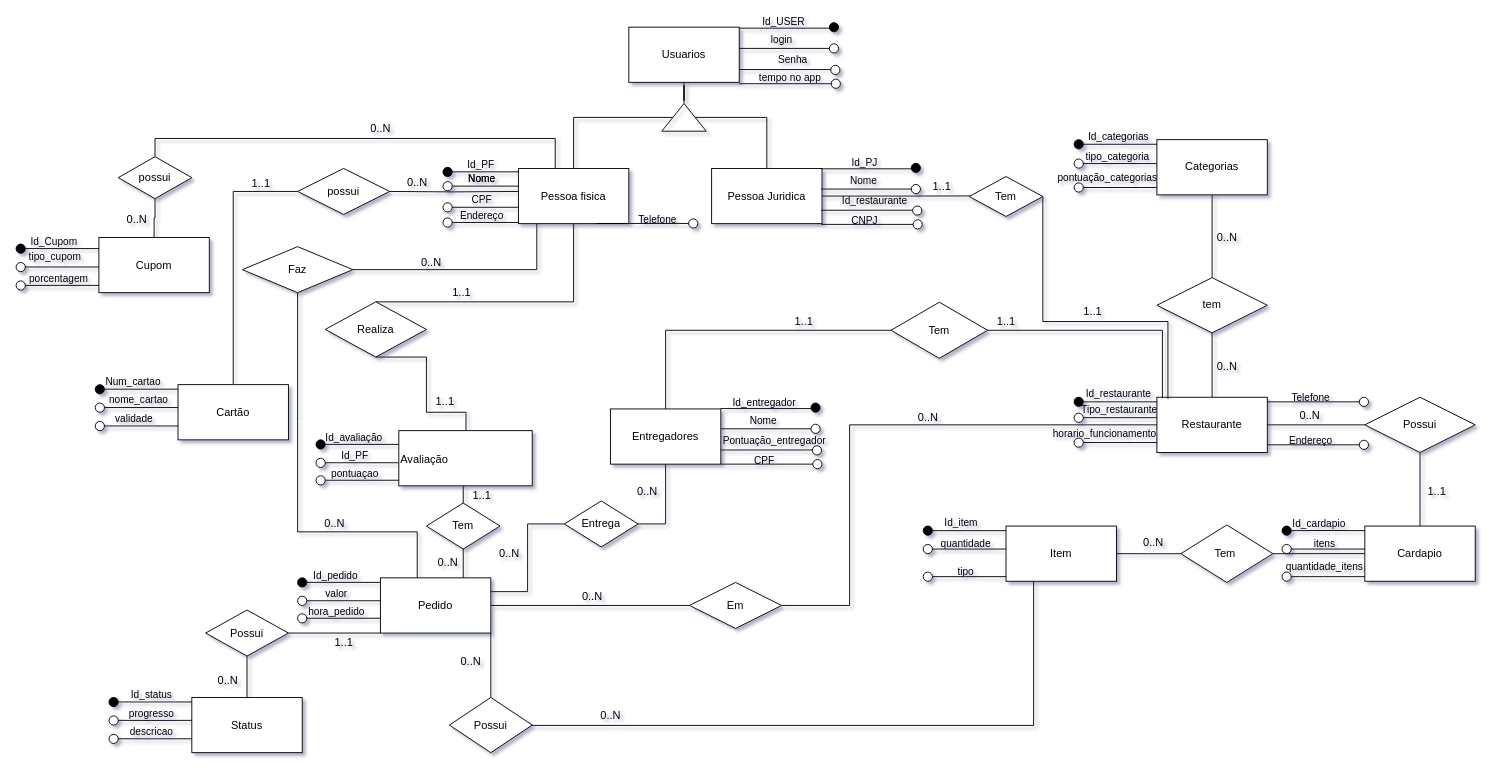
This is Untitled Diagram.drawio from mariaeduaruda/BD-1-atividade, a draw.io file, before an edit. Source tidied: cells renumbered, new cells numbered last; positions are measured from the earlier drawing's top-left corner, leaving out a move shared by most shapes. Both pictures are drawn from the tidied source at 92%, with x=0, y=0 at pixel (16, 21).
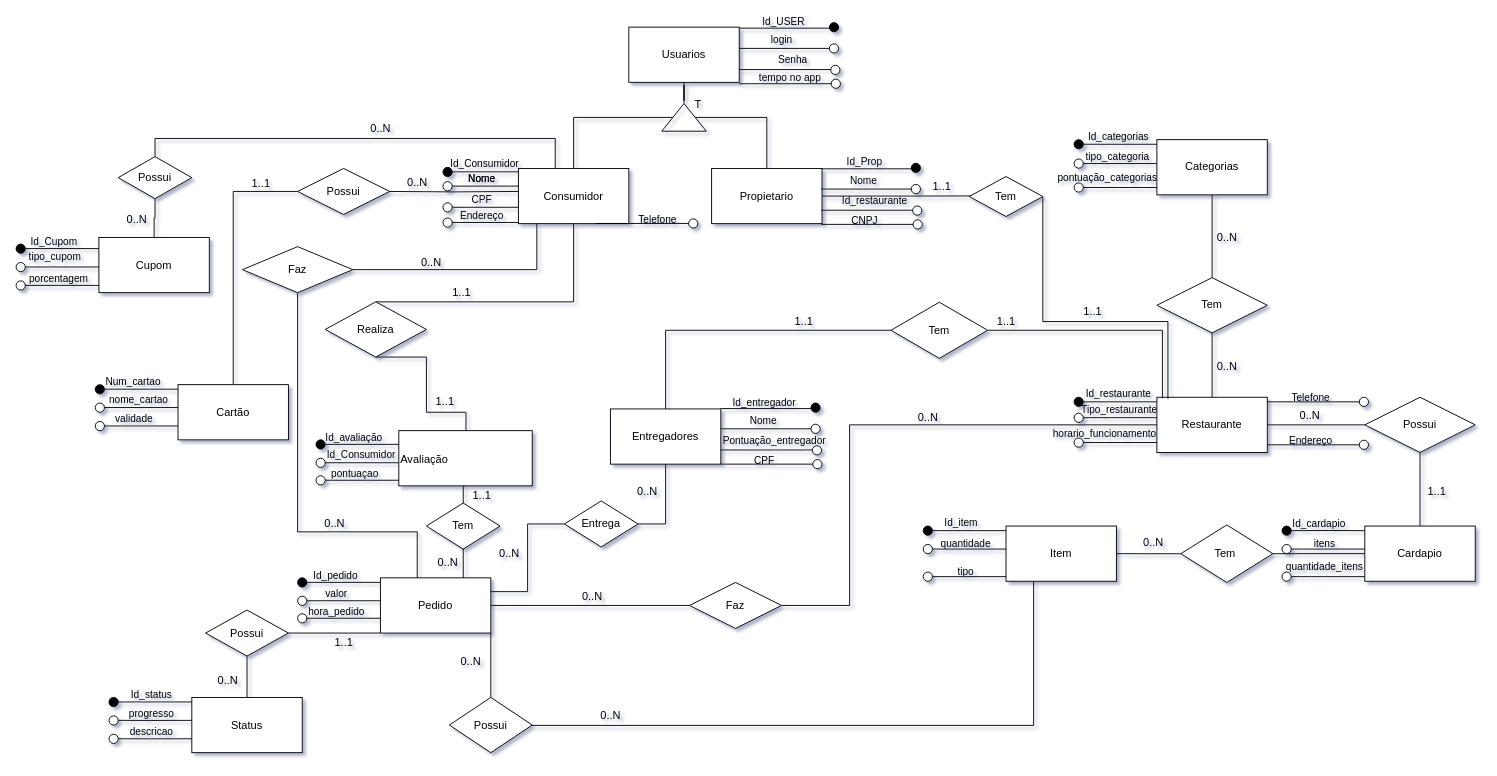
The same page after the edit.

The change refers to these unchanged cells:
```xml
<mxCell id="113" style="endArrow=none;html=1;rounded=0;" parent="1" edge="1">
  <mxGeometry relative="1" as="geometry">
    <mxPoint x="336" y="479.5" as="sourcePoint" />
    <mxPoint x="416" y="479.5" as="targetPoint" />
  </mxGeometry>
</mxCell>
<mxCell id="160" style="endArrow=none;html=1;rounded=0;" parent="1" edge="1">
  <mxGeometry relative="1" as="geometry">
    <mxPoint x="474" y="163.3" as="sourcePoint" />
    <mxPoint x="554" y="163.3" as="targetPoint" />
  </mxGeometry>
</mxCell>
```

The edit, as a diff of the source:
```diff
@@
-    <mxCell id="7" value="tem" style="rhombus;whiteSpace=wrap;html=1;rounded=0;" parent="1" vertex="1">
+    <mxCell id="7" value="Tem" style="rhombus;whiteSpace=wrap;html=1;rounded=0;" parent="1" vertex="1">
       <mxGeometry x="1240" y="278.3" width="120" height="60" as="geometry" />
     </mxCell>
@@
-    <mxCell id="21" value="possui" style="rhombus;whiteSpace=wrap;html=1;rounded=0;" parent="1" vertex="1">
+    <mxCell id="21" value="Possui" style="rhombus;whiteSpace=wrap;html=1;rounded=0;" parent="1" vertex="1">
       <mxGeometry x="306" y="159.6" width="100" height="50" as="geometry" />
     </mxCell>
@@
-    <mxCell id="33" value="Em" style="rhombus;whiteSpace=wrap;html=1;rounded=0;" parent="1" vertex="1">
+    <mxCell id="33" value="Faz" style="rhombus;whiteSpace=wrap;html=1;rounded=0;" parent="1" vertex="1">
       <mxGeometry x="732" y="609.6" width="100" height="50" as="geometry" />
     </mxCell>
@@
-    <mxCell id="86" value="possui" style="rhombus;whiteSpace=wrap;html=1;rounded=0;" parent="1" vertex="1">
+    <mxCell id="86" value="Possui" style="rhombus;whiteSpace=wrap;html=1;rounded=0;" parent="1" vertex="1">
       <mxGeometry x="111" y="146.8" width="80" height="45.6" as="geometry" />
     </mxCell>
@@
-    <mxCell id="114" value="Id_PF" style="edgeLabel;html=1;align=center;verticalAlign=middle;labelBackgroundColor=none;" parent="113" vertex="1">
+    <mxCell id="114" value="Id_Consumidor" style="edgeLabel;html=1;align=center;verticalAlign=middle;labelBackgroundColor=none;" parent="113" vertex="1">
       <mxGeometry x="-0.38" y="1" relative="1" as="geometry">
-        <mxPoint x="6" y="-7" as="offset" />
+        <mxPoint x="13" y="-8" as="offset" />
       </mxGeometry>
     </mxCell>
@@
-    <mxCell id="161" value="Id_PF" style="edgeLabel;html=1;align=center;verticalAlign=middle;labelBackgroundColor=none;" parent="160" vertex="1">
+    <mxCell id="161" value="Id_Consumidor" style="edgeLabel;html=1;align=center;verticalAlign=middle;labelBackgroundColor=none;" parent="160" vertex="1">
       <mxGeometry x="-0.38" y="1" relative="1" as="geometry">
-        <mxPoint x="5" y="-7" as="offset" />
+        <mxPoint x="9" y="-8" as="offset" />
       </mxGeometry>
     </mxCell>
@@
-    <mxCell id="163" value="Pessoa fisica" style="whiteSpace=wrap;html=1;rounded=0;" parent="1" vertex="1">
+    <mxCell id="163" value="Consumidor" style="whiteSpace=wrap;html=1;rounded=0;" parent="1" vertex="1">
       <mxGeometry x="546" y="159.6" width="120" height="60" as="geometry" />
     </mxCell>
@@
-    <mxCell id="168" value="Pessoa Juridica" style="whiteSpace=wrap;html=1;rounded=0;" parent="1" vertex="1">
+    <mxCell id="168" value="Propietario" style="whiteSpace=wrap;html=1;rounded=0;" parent="1" vertex="1">
       <mxGeometry x="756" y="159.6" width="120" height="60" as="geometry" />
     </mxCell>
@@
-    <mxCell id="175" value="Id_PJ" style="edgeLabel;html=1;align=center;verticalAlign=middle;labelBackgroundColor=none;" parent="1" vertex="1">
-      <mxGeometry x="921" y="152.4" as="geometry" />
+    <mxCell id="175" value="Id_Prop" style="edgeLabel;html=1;align=center;verticalAlign=middle;labelBackgroundColor=none;" parent="1" vertex="1">
+      <mxGeometry x="921" y="151.4" as="geometry" />
     </mxCell>
@@
+    <mxCell id="227" value="T" style="text;html=1;align=center;verticalAlign=middle;strokeColor=none;fillColor=none;" parent="1" vertex="1">
+      <mxGeometry x="731" y="79.9" width="20" height="20" as="geometry" />
+    </mxCell>
```
